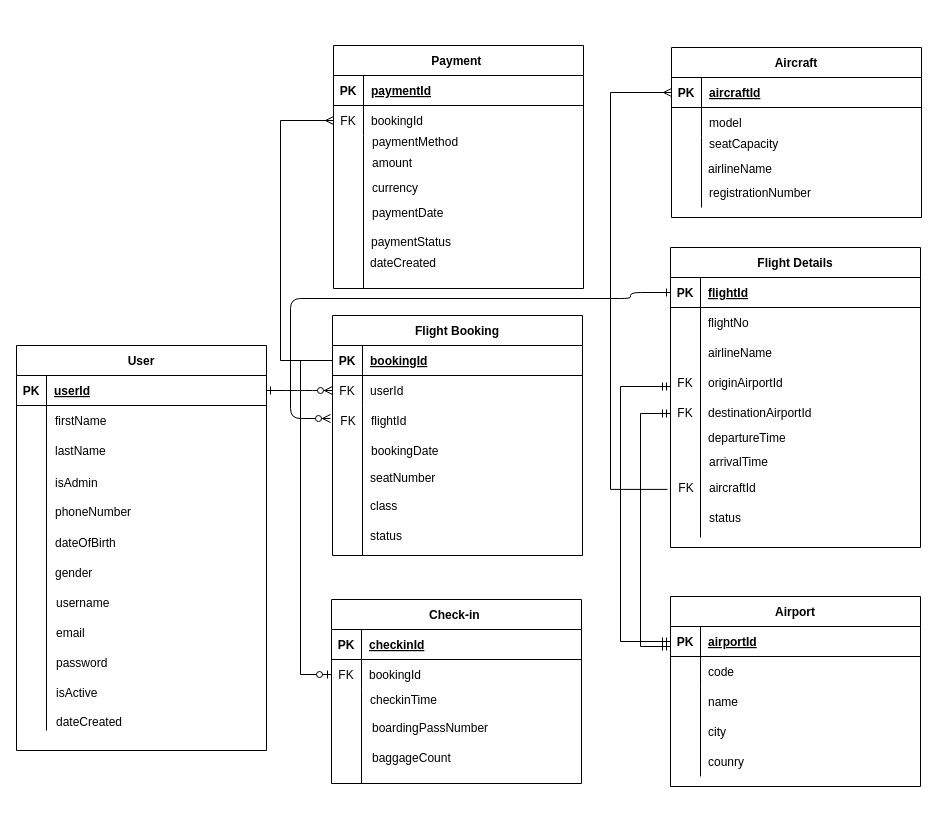
The draw.io diagram ERD.drawio in TristanDev20/airline-booking-system, before the edit. Source tidied: cells renumbered, new cells numbered last; positions are measured from the earlier drawing's top-left corner, leaving out a move shared by most shapes. Both pictures are drawn from the tidied source at 100%, with x=0, y=0 at pixel (16, 45).
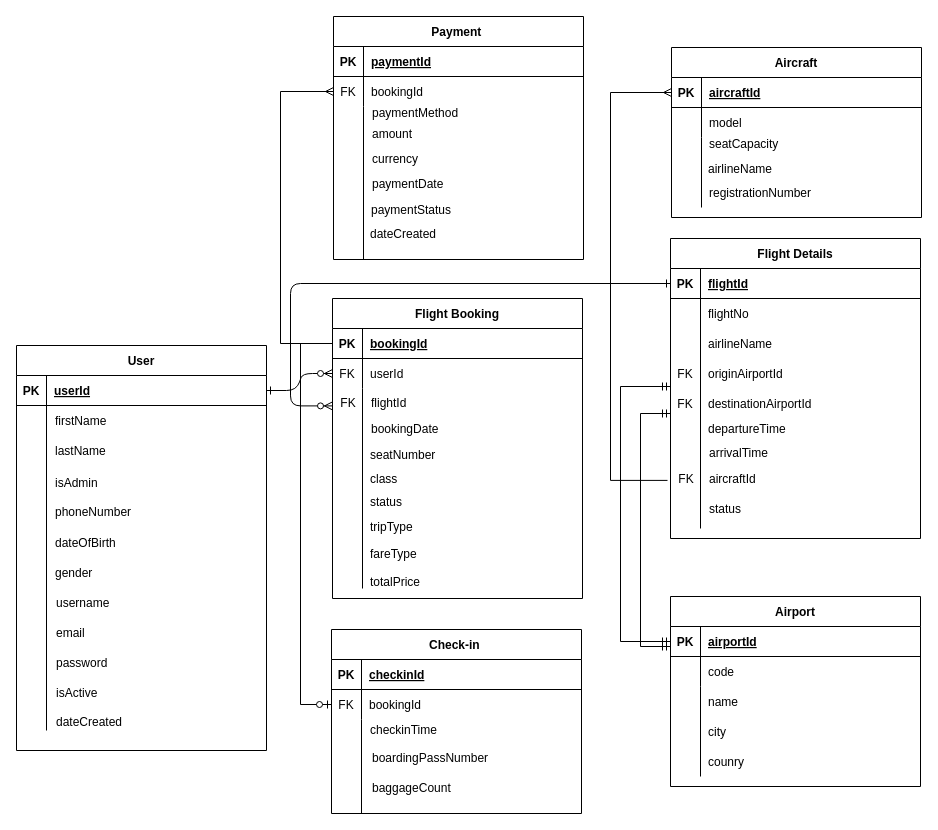
The same diagram, later.

Commit message (it also covers changes not shown here):
updates in ERD adding data from frontend

Unchanged cells that the change refers to:
```xml
<mxCell id="4" style="shape=partialRectangle;fillColor=none;points=[[0,0.5],[1,0.5]];portConstraint=eastwest;top=0;left=0;right=0;bottom=1;" parent="3" vertex="1">
  <mxGeometry y="30" width="250" height="30" as="geometry" />
</mxCell>
<mxCell id="17" style="shape=partialRectangle;fillColor=none;points=[[0,0.5],[1,0.5]];portConstraint=eastwest;top=0;left=0;right=0;bottom=0;" parent="13" vertex="1">
  <mxGeometry y="60" width="250" height="30" as="geometry" />
</mxCell>
<mxCell id="40" style="shape=partialRectangle;fillColor=none;points=[[0,0.5],[1,0.5]];portConstraint=eastwest;top=0;left=0;right=0;bottom=0;" parent="39" vertex="1">
  <mxGeometry y="30" width="250" height="260" as="geometry" />
</mxCell>
<mxCell id="47" style="shape=partialRectangle;fillColor=none;points=[[0,0.5],[1,0.5]];portConstraint=eastwest;top=0;left=0;right=0;bottom=0;" parent="43" vertex="1">
  <mxGeometry y="60" width="250" height="30" as="geometry" />
</mxCell>
<mxCell id="69" style="shape=partialRectangle;fillColor=none;points=[[0,0.5],[1,0.5]];portConstraint=eastwest;top=0;left=0;right=0;bottom=1;" parent="68" vertex="1">
  <mxGeometry y="30" width="250" height="30" as="geometry" />
</mxCell>
```

The edit, as a diff of the source:
```diff
@@
     <mxCell id="3" value="Flight Booking" style="shape=table;startSize=30;childLayout=tableLayout;rowLines=0;fontStyle=1;align=center;" parent="1" vertex="1">
-      <mxGeometry x="316" y="270" width="250" height="240" as="geometry" />
+      <mxGeometry x="316" y="253" width="250" height="300" as="geometry" />
     </mxCell>
@@
     <mxCell id="10" style="shape=partialRectangle;fillColor=none;points=[[0,0.5],[1,0.5]];portConstraint=eastwest;top=0;left=0;right=0;bottom=0;" parent="3" vertex="1">
-      <mxGeometry y="90" width="250" height="150" as="geometry" />
+      <mxGeometry y="90" width="250" height="200" as="geometry" />
     </mxCell>
     <mxCell id="11" style="shape=partialRectangle;overflow=hidden;fillColor=none;top=0;left=0;bottom=0;right=0;" parent="10" vertex="1">
-      <mxGeometry width="30" height="150" as="geometry" />
+      <mxGeometry width="30" height="200" as="geometry" />
     </mxCell>
     <mxCell id="12" style="shape=partialRectangle;overflow=hidden;fillColor=none;top=0;left=0;bottom=0;right=0;align=left;spacingLeft=6;" parent="10" vertex="1">
-      <mxGeometry x="30" width="220" height="150" as="geometry" />
+      <mxGeometry x="30" width="220" height="200" as="geometry" />
     </mxCell>
     <mxCell id="13" value="Check-in " style="shape=table;startSize=30;childLayout=tableLayout;rowLines=0;fontStyle=1;align=center;" parent="1" vertex="1">
-      <mxGeometry x="315" y="554" width="250" height="184" as="geometry" />
+      <mxGeometry x="315" y="584" width="250" height="184" as="geometry" />
     </mxCell>
@@
     <mxCell id="39" value="Flight Details" style="shape=table;startSize=30;childLayout=tableLayout;rowLines=0;fontStyle=1;align=center;" parent="1" vertex="1">
-      <mxGeometry x="654" y="202" width="250" height="300" as="geometry" />
+      <mxGeometry x="654" y="193" width="250" height="300" as="geometry" />
     </mxCell>
@@
     <mxCell id="43" value="Payment " style="shape=table;startSize=30;childLayout=tableLayout;rowLines=0;fontStyle=1;align=center;" parent="1" vertex="1">
-      <mxGeometry x="317" width="250" height="243" as="geometry" />
+      <mxGeometry x="317" y="-29" width="250" height="243" as="geometry" />
     </mxCell>
@@
-    <mxCell id="54" style="endArrow=ERzeroToMany;startArrow=ERone;endFill=1;startFill=0;exitX=0;exitY=0.5;exitDx=0;exitDy=0;edgeStyle=orthogonalEdgeStyle;" parent="1" edge="1" source="84">
+    <mxCell id="54" style="endArrow=ERzeroToMany;startArrow=ERone;endFill=1;startFill=0;exitX=0;exitY=0.5;exitDx=0;exitDy=0;edgeStyle=orthogonalEdgeStyle;entryX=0;entryY=0.087;entryDx=0;entryDy=0;entryPerimeter=0;" parent="1" edge="1" source="84" target="10">
       <mxGeometry relative="1" as="geometry">
-        <mxPoint x="314" y="373" as="targetPoint" />
         <Array as="points">
-          <mxPoint x="614" y="247" />
-          <mxPoint x="614" y="253" />
-          <mxPoint x="274" y="253" />
-          <mxPoint x="274" y="373" />
+          <mxPoint x="274" y="238" />
+          <mxPoint x="274" y="360" />
         </Array>
       </mxGeometry>
     </mxCell>
     <mxCell id="55" style="fontSize=12;html=1;endArrow=ERzeroToOne;endFill=1;rounded=0;exitX=0;exitY=0.5;exitDx=0;exitDy=0;edgeStyle=orthogonalEdgeStyle;entryX=0;entryY=0.5;entryDx=0;entryDy=0;" parent="1" edge="1" source="4" target="17">
       <mxGeometry relative="1" as="geometry">
         <Array as="points">
-          <mxPoint x="284" y="315" />
-          <mxPoint x="284" y="629" />
+          <mxPoint x="284" y="298" />
+          <mxPoint x="284" y="659" />
         </Array>
       </mxGeometry>
     </mxCell>
     <mxCell id="56" style="fontSize=12;html=1;endArrow=ERmany;rounded=0;exitX=0;exitY=0.5;exitDx=0;exitDy=0;entryX=0;entryY=0.5;entryDx=0;entryDy=0;edgeStyle=orthogonalEdgeStyle;elbow=vertical;" parent="1" edge="1" source="4" target="47">
       <mxGeometry relative="1" as="geometry">
         <Array as="points">
-          <mxPoint x="264" y="315" />
-          <mxPoint x="264" y="75" />
+          <mxPoint x="264" y="298" />
+          <mxPoint x="264" y="46" />
         </Array>
       </mxGeometry>
     </mxCell>
@@
     <mxCell id="78" style="fontSize=12;html=1;endArrow=ERmany;rounded=0;exitX=-0.012;exitY=0.815;exitDx=0;exitDy=0;entryX=0;entryY=0.5;entryDx=0;entryDy=0;edgeStyle=orthogonalEdgeStyle;exitPerimeter=0;" parent="1" edge="1" source="40" target="69">
       <mxGeometry relative="1" as="geometry">
         <Array as="points">
-          <mxPoint x="594" y="444" />
+          <mxPoint x="594" y="435" />
           <mxPoint x="594" y="47" />
         </Array>
       </mxGeometry>
     </mxCell>
     <mxCell id="79" value="bookingDate" style="shape=partialRectangle;overflow=hidden;fillColor=none;top=0;left=0;bottom=0;right=0;align=left;spacingLeft=6;" parent="1" vertex="1">
-      <mxGeometry x="347" y="390" width="220" height="30" as="geometry" />
+      <mxGeometry x="347" y="368" width="220" height="30" as="geometry" />
     </mxCell>
     <mxCell id="80" value="FK" style="shape=partialRectangle;overflow=hidden;fillColor=none;top=0;left=0;bottom=0;right=0;" parent="1" vertex="1">
-      <mxGeometry x="317" y="360" width="30" height="30" as="geometry" />
+      <mxGeometry x="317" y="342" width="30" height="30" as="geometry" />
     </mxCell>
     <mxCell id="81" value="seatNumber" style="shape=partialRectangle;overflow=hidden;fillColor=none;top=0;left=0;bottom=0;right=0;align=left;spacingLeft=6;" parent="1" vertex="1">
-      <mxGeometry x="346" y="417" width="220" height="30" as="geometry" />
+      <mxGeometry x="346" y="394" width="220" height="30" as="geometry" />
     </mxCell>
     <mxCell id="82" value="class" style="shape=partialRectangle;overflow=hidden;fillColor=none;top=0;left=0;bottom=0;right=0;align=left;spacingLeft=6;" parent="1" vertex="1">
-      <mxGeometry x="346" y="445" width="220" height="30" as="geometry" />
+      <mxGeometry x="346" y="418" width="220" height="30" as="geometry" />
     </mxCell>
     <mxCell id="83" value="status" style="shape=partialRectangle;overflow=hidden;fillColor=none;top=0;left=0;bottom=0;right=0;align=left;spacingLeft=6;" parent="1" vertex="1">
-      <mxGeometry x="346" y="475" width="220" height="30" as="geometry" />
+      <mxGeometry x="346" y="441" width="220" height="30" as="geometry" />
     </mxCell>
     <mxCell id="84" style="shape=partialRectangle;fillColor=none;points=[[0,0.5],[1,0.5]];portConstraint=eastwest;top=0;left=0;right=0;bottom=1;" parent="1" vertex="1">
-      <mxGeometry x="654" y="232" width="250" height="30" as="geometry" />
+      <mxGeometry x="654" y="223" width="250" height="30" as="geometry" />
     </mxCell>
@@
     <mxCell id="87" style="shape=partialRectangle;fillColor=none;top=0;left=0;right=0;bottom=0;" parent="1" vertex="1">
-      <mxGeometry x="654" y="262" width="250" height="30" as="geometry" />
+      <mxGeometry x="654" y="253" width="250" height="30" as="geometry" />
     </mxCell>
@@
     <mxCell id="89" style="shape=partialRectangle;fillColor=none;top=0;left=0;right=0;bottom=0;" parent="1" vertex="1">
-      <mxGeometry x="654" y="292" width="250" height="30" as="geometry" />
+      <mxGeometry x="654" y="283" width="250" height="30" as="geometry" />
     </mxCell>
@@
     <mxCell id="92" value="originAirportId" style="shape=partialRectangle;overflow=hidden;fillColor=none;top=0;left=0;bottom=0;right=0;align=left;spacingLeft=6;" parent="1" vertex="1">
-      <mxGeometry x="684" y="322" width="220" height="30" as="geometry" />
+      <mxGeometry x="684" y="313" width="220" height="30" as="geometry" />
     </mxCell>
     <mxCell id="93" value="FK" style="shape=partialRectangle;overflow=hidden;fillColor=none;top=0;left=0;bottom=0;right=0;" parent="1" vertex="1">
-      <mxGeometry x="654" y="322" width="30" height="30" as="geometry" />
+      <mxGeometry x="654" y="313" width="30" height="30" as="geometry" />
     </mxCell>
     <mxCell id="94" value="destinationAirportId" style="shape=partialRectangle;overflow=hidden;fillColor=none;top=0;left=0;bottom=0;right=0;align=left;spacingLeft=6;" parent="1" vertex="1">
-      <mxGeometry x="684" y="352" width="220" height="30" as="geometry" />
+      <mxGeometry x="684" y="343" width="220" height="30" as="geometry" />
     </mxCell>
     <mxCell id="95" value="FK" style="shape=partialRectangle;overflow=hidden;fillColor=none;top=0;left=0;bottom=0;right=0;" parent="1" vertex="1">
-      <mxGeometry x="654" y="352" width="30" height="30" as="geometry" />
+      <mxGeometry x="654" y="343" width="30" height="30" as="geometry" />
     </mxCell>
     <mxCell id="96" value="departureTime" style="shape=partialRectangle;overflow=hidden;fillColor=none;top=0;left=0;bottom=0;right=0;align=left;spacingLeft=6;" parent="1" vertex="1">
-      <mxGeometry x="684" y="377" width="220" height="30" as="geometry" />
+      <mxGeometry x="684" y="368" width="220" height="30" as="geometry" />
     </mxCell>
     <mxCell id="97" value="arrivalTime" style="shape=partialRectangle;overflow=hidden;fillColor=none;top=0;left=0;bottom=0;right=0;align=left;spacingLeft=6;" parent="1" vertex="1">
-      <mxGeometry x="685" y="401" width="220" height="30" as="geometry" />
+      <mxGeometry x="685" y="392" width="220" height="30" as="geometry" />
     </mxCell>
     <mxCell id="98" value="aircraftId" style="shape=partialRectangle;overflow=hidden;fillColor=none;top=0;left=0;bottom=0;right=0;align=left;spacingLeft=6;" parent="1" vertex="1">
-      <mxGeometry x="685" y="427" width="220" height="30" as="geometry" />
+      <mxGeometry x="685" y="418" width="220" height="30" as="geometry" />
     </mxCell>
@@
     <mxCell id="100" value="FK" style="shape=partialRectangle;overflow=hidden;fillColor=none;top=0;left=0;bottom=0;right=0;" parent="1" vertex="1">
-      <mxGeometry x="655" y="427" width="30" height="30" as="geometry" />
+      <mxGeometry x="655" y="418" width="30" height="30" as="geometry" />
     </mxCell>
     <mxCell id="101" value="status" style="shape=partialRectangle;overflow=hidden;fillColor=none;top=0;left=0;bottom=0;right=0;align=left;spacingLeft=6;" parent="1" vertex="1">
-      <mxGeometry x="685" y="457" width="220" height="30" as="geometry" />
+      <mxGeometry x="685" y="448" width="220" height="30" as="geometry" />
     </mxCell>
@@
     <mxCell id="113" value="flightId" style="shape=partialRectangle;overflow=hidden;fillColor=none;top=0;left=0;bottom=0;right=0;align=left;spacingLeft=6;" parent="1" vertex="1">
-      <mxGeometry x="347" y="360" width="220" height="30" as="geometry" />
+      <mxGeometry x="347" y="342" width="220" height="30" as="geometry" />
     </mxCell>
     <mxCell id="114" value="checkinTime" style="shape=partialRectangle;overflow=hidden;fillColor=none;top=0;left=0;bottom=0;right=0;align=left;spacingLeft=6;" parent="1" vertex="1">
-      <mxGeometry x="346" y="639" width="220" height="30" as="geometry" />
+      <mxGeometry x="346" y="669" width="220" height="30" as="geometry" />
     </mxCell>
     <mxCell id="115" value="boardingPassNumber" style="shape=partialRectangle;overflow=hidden;fillColor=none;top=0;left=0;bottom=0;right=0;align=left;spacingLeft=6;" parent="1" vertex="1">
-      <mxGeometry x="348" y="667" width="220" height="30" as="geometry" />
+      <mxGeometry x="348" y="697" width="220" height="30" as="geometry" />
     </mxCell>
     <mxCell id="116" value="baggageCount" style="shape=partialRectangle;overflow=hidden;fillColor=none;top=0;left=0;bottom=0;right=0;align=left;spacingLeft=6;" parent="1" vertex="1">
-      <mxGeometry x="348" y="697" width="220" height="30" as="geometry" />
+      <mxGeometry x="348" y="727" width="220" height="30" as="geometry" />
     </mxCell>
     <mxCell id="117" value="paymentMethod" style="shape=partialRectangle;overflow=hidden;fillColor=none;top=0;left=0;bottom=0;right=0;align=left;spacingLeft=6;" parent="1" vertex="1">
-      <mxGeometry x="348" y="81" width="220" height="30" as="geometry" />
+      <mxGeometry x="348" y="52" width="220" height="30" as="geometry" />
     </mxCell>
     <mxCell id="118" value="amount" style="shape=partialRectangle;overflow=hidden;fillColor=none;top=0;left=0;bottom=0;right=0;align=left;spacingLeft=6;" parent="1" vertex="1">
-      <mxGeometry x="348" y="102" width="220" height="30" as="geometry" />
+      <mxGeometry x="348" y="73" width="220" height="30" as="geometry" />
     </mxCell>
     <mxCell id="119" value="currency" style="shape=partialRectangle;overflow=hidden;fillColor=none;top=0;left=0;bottom=0;right=0;align=left;spacingLeft=6;" parent="1" vertex="1">
-      <mxGeometry x="348" y="127" width="220" height="30" as="geometry" />
+      <mxGeometry x="348" y="98" width="220" height="30" as="geometry" />
     </mxCell>
     <mxCell id="120" value="paymentDate" style="shape=partialRectangle;overflow=hidden;fillColor=none;top=0;left=0;bottom=0;right=0;align=left;spacingLeft=6;" parent="1" vertex="1">
-      <mxGeometry x="348" y="152" width="220" height="30" as="geometry" />
+      <mxGeometry x="348" y="123" width="220" height="30" as="geometry" />
     </mxCell>
     <mxCell id="121" value="paymentStatus" style="shape=partialRectangle;overflow=hidden;fillColor=none;top=0;left=0;bottom=0;right=0;align=left;spacingLeft=6;" parent="1" vertex="1">
-      <mxGeometry x="347" y="181" width="220" height="30" as="geometry" />
+      <mxGeometry x="347" y="149" width="220" height="30" as="geometry" />
     </mxCell>
@@
     <mxCell id="123" value="dateCreated" style="shape=partialRectangle;overflow=hidden;fillColor=none;top=0;left=0;bottom=0;right=0;align=left;spacingLeft=6;" parent="1" vertex="1">
-      <mxGeometry x="346" y="202" width="220" height="30" as="geometry" />
+      <mxGeometry x="346" y="173" width="220" height="30" as="geometry" />
     </mxCell>
@@
+    <mxCell id="125" value="tripType" style="shape=partialRectangle;overflow=hidden;fillColor=none;top=0;left=0;bottom=0;right=0;align=left;spacingLeft=6;" parent="1" vertex="1">
+      <mxGeometry x="346" y="466" width="220" height="30" as="geometry" />
+    </mxCell>
+    <mxCell id="126" value="fareType" style="shape=partialRectangle;overflow=hidden;fillColor=none;top=0;left=0;bottom=0;right=0;align=left;spacingLeft=6;" parent="1" vertex="1">
+      <mxGeometry x="346" y="493" width="220" height="30" as="geometry" />
+    </mxCell>
+    <mxCell id="127" value="totalPrice" style="shape=partialRectangle;overflow=hidden;fillColor=none;top=0;left=0;bottom=0;right=0;align=left;spacingLeft=6;" parent="1" vertex="1">
+      <mxGeometry x="346" y="521" width="220" height="30" as="geometry" />
+    </mxCell>
```
